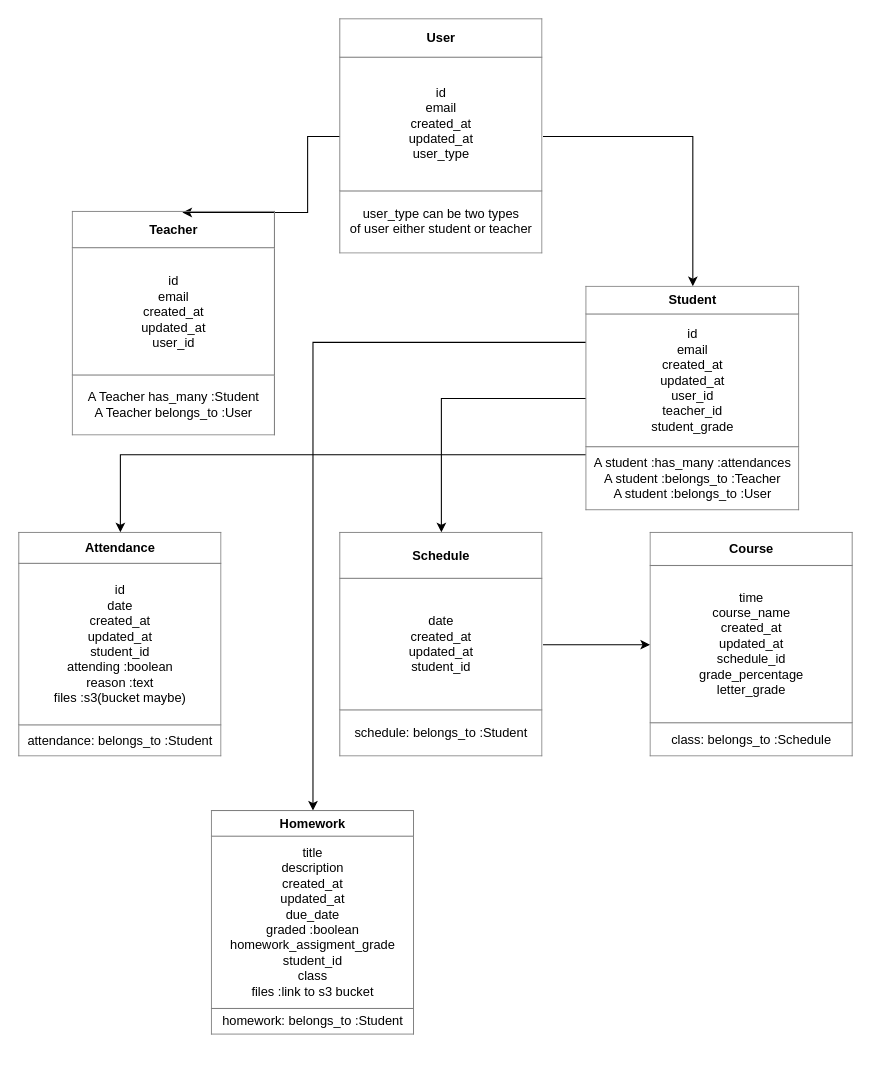
MirTalpur/managehomeschool keeps this draw.io diagram as docs/db-architecture/entity.drawio. Above is the earlier version. Source tidied: cells renumbered, new cells numbered last; positions are measured from the earlier drawing's top-left corner, leaving out a move shared by most shapes. Both pictures are drawn from the tidied source at 107%, with x=0, y=0 at pixel (18, 18).
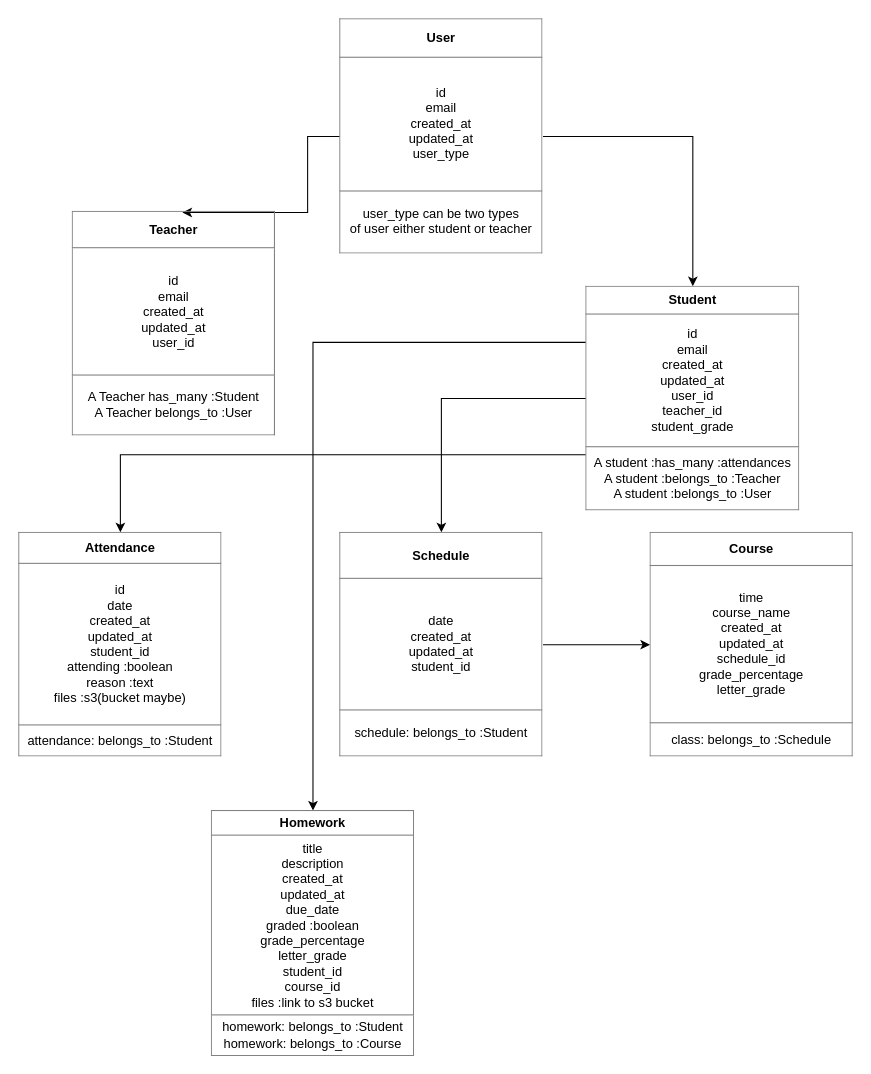
Above is the later version.

Commit message (it also covers changes not shown here):
Create homework model

Change to the diagram source:
```diff
@@
 <mxGraphModel>
   <root>
     <mxCell id="0" />
     <mxCell id="1" parent="0" />
     <mxCell id="2" style="edgeStyle=orthogonalEdgeStyle;rounded=0;jettySize=auto;html=1;exitX=0;exitY=0.5;exitDx=0;exitDy=0;entryX=0.542;entryY=0.005;entryDx=0;entryDy=0;entryPerimeter=0;" parent="1" edge="1" source="4" target="5">
       <mxGeometry relative="1" as="geometry" />
     </mxCell>
     <mxCell id="3" style="edgeStyle=orthogonalEdgeStyle;rounded=0;jettySize=auto;html=1;exitX=1;exitY=0.5;exitDx=0;exitDy=0;entryX=0.5;entryY=0;entryDx=0;entryDy=0;" parent="1" edge="1" source="4" target="9">
       <mxGeometry relative="1" as="geometry" />
     </mxCell>
     <mxCell id="4" value="&lt;table border=&quot;1&quot; width=&quot;100%&quot; cellpadding=&quot;4&quot; style=&quot;width: 100% ; height: 100% ; border-collapse: collapse&quot;&gt;&lt;tbody&gt;&lt;tr&gt;&lt;th align=&quot;center&quot;&gt;&lt;b&gt;User&lt;/b&gt;&lt;/th&gt;&lt;/tr&gt;&lt;tr&gt;&lt;td align=&quot;center&quot;&gt;id&lt;br&gt;email&lt;br&gt;created_at&lt;br&gt;updated_at&lt;br&gt;user_type&lt;br&gt;&lt;/td&gt;&lt;/tr&gt;&lt;tr&gt;&lt;td align=&quot;center&quot;&gt;user_type can be two types &lt;br&gt;of user either student or teacher&lt;/td&gt;&lt;/tr&gt;&lt;/tbody&gt;&lt;/table&gt;" style="text;html=1;strokeColor=none;fillColor=none;overflow=fill;" parent="1" vertex="1">
       <mxGeometry x="300" width="190" height="220" as="geometry" />
     </mxCell>
     <mxCell id="5" value="&lt;table border=&quot;1&quot; width=&quot;100%&quot; cellpadding=&quot;4&quot; style=&quot;width: 100% ; height: 100% ; border-collapse: collapse&quot;&gt;&lt;tbody&gt;&lt;tr&gt;&lt;th align=&quot;center&quot;&gt;&lt;b&gt;Teacher&lt;/b&gt;&lt;/th&gt;&lt;/tr&gt;&lt;tr&gt;&lt;td align=&quot;center&quot;&gt;id&lt;br&gt;email&lt;br&gt;created_at&lt;br&gt;updated_at&lt;br&gt;user_id&lt;br&gt;&lt;/td&gt;&lt;/tr&gt;&lt;tr&gt;&lt;td align=&quot;center&quot;&gt;A Teacher has_many :Student&lt;br&gt;A Teacher belongs_to :User&lt;/td&gt;&lt;/tr&gt;&lt;/tbody&gt;&lt;/table&gt;" style="text;html=1;strokeColor=none;fillColor=none;overflow=fill;" parent="1" vertex="1">
       <mxGeometry x="50" y="180" width="190" height="210" as="geometry" />
     </mxCell>
     <mxCell id="6" style="edgeStyle=orthogonalEdgeStyle;rounded=0;jettySize=auto;html=1;exitX=0;exitY=0.5;exitDx=0;exitDy=0;" parent="1" edge="1" source="9" target="12">
       <mxGeometry relative="1" as="geometry" />
     </mxCell>
     <mxCell id="7" style="edgeStyle=orthogonalEdgeStyle;rounded=0;jettySize=auto;html=1;exitX=0;exitY=0.75;exitDx=0;exitDy=0;" parent="1" edge="1" source="9" target="10">
       <mxGeometry relative="1" as="geometry" />
     </mxCell>
     <mxCell id="8" style="edgeStyle=orthogonalEdgeStyle;rounded=0;jettySize=auto;html=1;exitX=0;exitY=0.25;exitDx=0;exitDy=0;entryX=0.5;entryY=0;entryDx=0;entryDy=0;" parent="1" edge="1" source="9" target="14">
       <mxGeometry relative="1" as="geometry" />
     </mxCell>
     <mxCell id="9" value="&lt;table border=&quot;1&quot; width=&quot;100%&quot; cellpadding=&quot;4&quot; style=&quot;width: 100% ; height: 100% ; border-collapse: collapse&quot;&gt;&lt;tbody&gt;&lt;tr&gt;&lt;th align=&quot;center&quot;&gt;&lt;b&gt;Student&lt;/b&gt;&lt;/th&gt;&lt;/tr&gt;&lt;tr&gt;&lt;td align=&quot;center&quot;&gt;id&lt;br&gt;email&lt;br&gt;created_at&lt;br&gt;updated_at&lt;br&gt;user_id&lt;br&gt;teacher_id&lt;br&gt;student_grade&lt;/td&gt;&lt;/tr&gt;&lt;tr&gt;&lt;td align=&quot;center&quot;&gt;A student :has_many :attendances&lt;br&gt;A student :belongs_to :Teacher&lt;br&gt;A student :belongs_to :User&lt;/td&gt;&lt;/tr&gt;&lt;/tbody&gt;&lt;/table&gt;" style="text;html=1;strokeColor=none;fillColor=none;overflow=fill;" parent="1" vertex="1">
       <mxGeometry x="530" y="250" width="200" height="210" as="geometry" />
     </mxCell>
     <mxCell id="10" value="&lt;table border=&quot;1&quot; width=&quot;100%&quot; cellpadding=&quot;4&quot; style=&quot;width: 100% ; height: 100% ; border-collapse: collapse&quot;&gt;&lt;tbody&gt;&lt;tr&gt;&lt;th align=&quot;center&quot;&gt;&lt;b&gt;Attendance&lt;/b&gt;&lt;/th&gt;&lt;/tr&gt;&lt;tr&gt;&lt;td align=&quot;center&quot;&gt;id&lt;br&gt;date&lt;br&gt;created_at&lt;br&gt;updated_at&lt;br&gt;student_id&lt;br&gt;attending :boolean&lt;br&gt;reason :text&lt;br&gt;files :s3(bucket maybe)&lt;/td&gt;&lt;/tr&gt;&lt;tr&gt;&lt;td align=&quot;center&quot;&gt;attendance: belongs_to :Student&lt;/td&gt;&lt;/tr&gt;&lt;/tbody&gt;&lt;/table&gt;" style="text;html=1;strokeColor=none;fillColor=none;overflow=fill;" parent="1" vertex="1">
       <mxGeometry y="480" width="190" height="210" as="geometry" />
     </mxCell>
     <mxCell id="11" style="edgeStyle=orthogonalEdgeStyle;rounded=0;jettySize=auto;html=1;exitX=1;exitY=0.5;exitDx=0;exitDy=0;entryX=0;entryY=0.5;entryDx=0;entryDy=0;" parent="1" edge="1" source="12" target="13">
       <mxGeometry relative="1" as="geometry" />
     </mxCell>
     <mxCell id="12" value="&lt;table border=&quot;1&quot; width=&quot;100%&quot; cellpadding=&quot;4&quot; style=&quot;width: 100% ; height: 100% ; border-collapse: collapse&quot;&gt;&lt;tbody&gt;&lt;tr&gt;&lt;th align=&quot;center&quot;&gt;&lt;b&gt;Schedule&lt;/b&gt;&lt;/th&gt;&lt;/tr&gt;&lt;tr&gt;&lt;td align=&quot;center&quot;&gt;date&lt;br&gt;created_at&lt;br&gt;updated_at&lt;br&gt;student_id&lt;br&gt;&lt;/td&gt;&lt;/tr&gt;&lt;tr&gt;&lt;td align=&quot;center&quot;&gt;schedule: belongs_to :Student&lt;/td&gt;&lt;/tr&gt;&lt;/tbody&gt;&lt;/table&gt;" style="text;html=1;strokeColor=none;fillColor=none;overflow=fill;" parent="1" vertex="1">
       <mxGeometry x="300" y="480" width="190" height="210" as="geometry" />
     </mxCell>
     <mxCell id="13" value="&lt;table border=&quot;1&quot; width=&quot;100%&quot; cellpadding=&quot;4&quot; style=&quot;width: 100% ; height: 100% ; border-collapse: collapse&quot;&gt;&lt;tbody&gt;&lt;tr&gt;&lt;th align=&quot;center&quot;&gt;&lt;b&gt;Course&lt;/b&gt;&lt;/th&gt;&lt;/tr&gt;&lt;tr&gt;&lt;td align=&quot;center&quot;&gt;time&lt;br&gt;course_name&lt;br&gt;created_at&lt;br&gt;updated_at&lt;br&gt;schedule_id&lt;br&gt;grade_percentage&lt;br&gt;letter_grade&lt;/td&gt;&lt;/tr&gt;&lt;tr&gt;&lt;td align=&quot;center&quot;&gt;class: belongs_to :Schedule&lt;/td&gt;&lt;/tr&gt;&lt;/tbody&gt;&lt;/table&gt;" style="text;html=1;strokeColor=none;fillColor=none;overflow=fill;" parent="1" vertex="1">
       <mxGeometry x="590" y="480" width="190" height="210" as="geometry" />
     </mxCell>
-    <mxCell id="14" value="&lt;table border=&quot;1&quot; width=&quot;100%&quot; cellpadding=&quot;4&quot; style=&quot;width: 100% ; height: 100% ; border-collapse: collapse&quot;&gt;&lt;tbody&gt;&lt;tr&gt;&lt;th align=&quot;center&quot;&gt;&lt;b&gt;Homework&lt;/b&gt;&lt;/th&gt;&lt;/tr&gt;&lt;tr&gt;&lt;td align=&quot;center&quot;&gt;title&lt;br&gt;description&lt;br&gt;created_at&lt;br&gt;updated_at&lt;br&gt;due_date&lt;br&gt;graded :boolean&lt;br&gt;homework_assigment_grade&lt;br&gt;student_id&lt;br&gt;class&lt;br&gt;files :link to s3 bucket&lt;/td&gt;&lt;/tr&gt;&lt;tr&gt;&lt;td align=&quot;center&quot;&gt;homework: belongs_to :Student&lt;/td&gt;&lt;/tr&gt;&lt;/tbody&gt;&lt;/table&gt;" style="text;html=1;strokeColor=none;fillColor=none;overflow=fill;" parent="1" vertex="1">
-      <mxGeometry x="180" y="740" width="190" height="210" as="geometry" />
+    <mxCell id="14" value="&lt;table border=&quot;1&quot; width=&quot;100%&quot; cellpadding=&quot;4&quot; style=&quot;width: 100% ; height: 100% ; border-collapse: collapse&quot;&gt;&lt;tbody&gt;&lt;tr&gt;&lt;th align=&quot;center&quot;&gt;&lt;b&gt;Homework&lt;/b&gt;&lt;/th&gt;&lt;/tr&gt;&lt;tr&gt;&lt;td align=&quot;center&quot;&gt;title&lt;br&gt;description&lt;br&gt;created_at&lt;br&gt;updated_at&lt;br&gt;due_date&lt;br&gt;graded :boolean&lt;br&gt;grade_percentage&lt;br&gt;letter_grade&lt;br&gt;student_id&lt;br&gt;course_id&lt;br&gt;files :link to s3 bucket&lt;/td&gt;&lt;/tr&gt;&lt;tr&gt;&lt;td align=&quot;center&quot;&gt;homework: belongs_to :Student&lt;br&gt;homework: belongs_to :Course&lt;/td&gt;&lt;/tr&gt;&lt;/tbody&gt;&lt;/table&gt;" style="text;html=1;strokeColor=none;fillColor=none;overflow=fill;" parent="1" vertex="1">
+      <mxGeometry x="180" y="740" width="190" height="230" as="geometry" />
     </mxCell>
   </root>
 </mxGraphModel>
```
